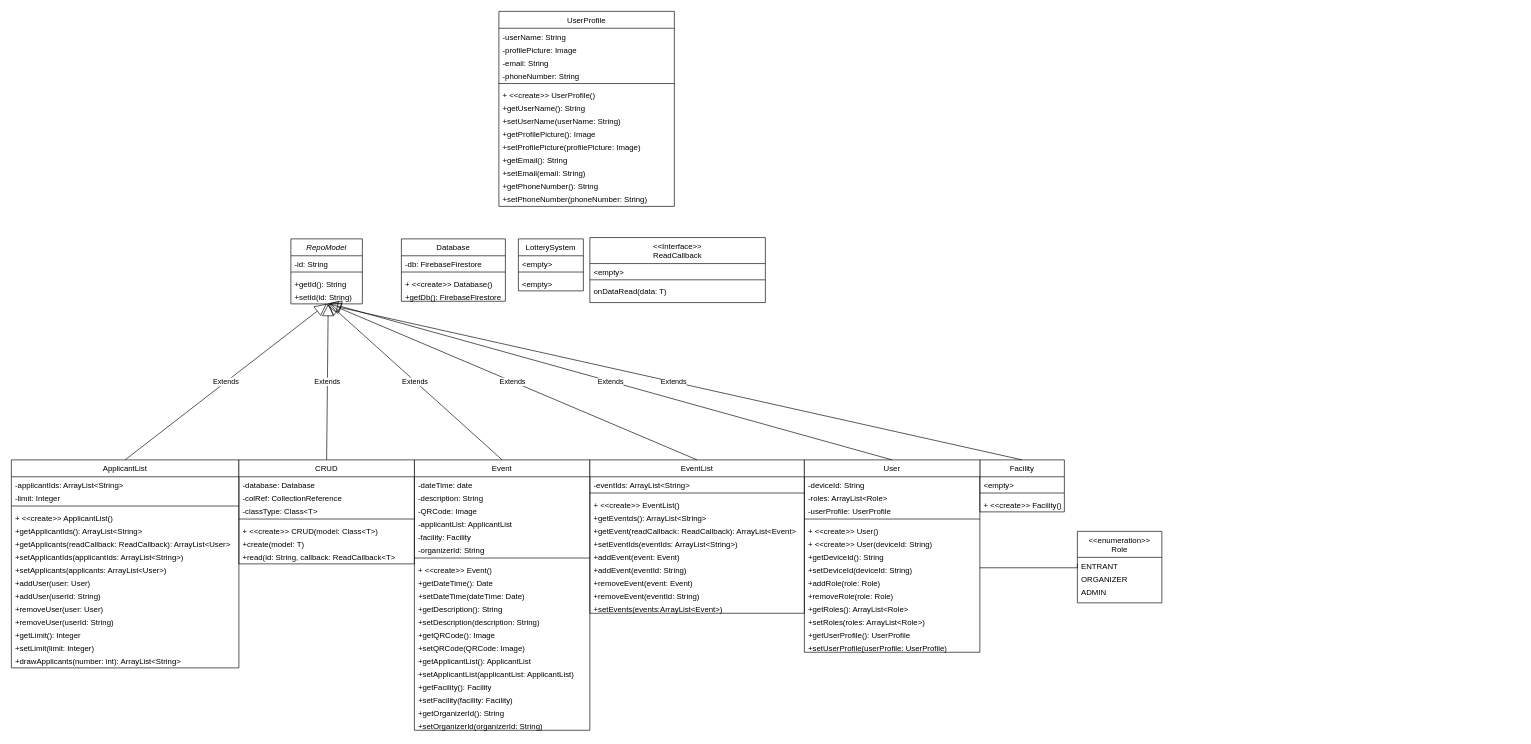
The draw.io diagram doc/Quacks-App-UML.drawio in The-Quacks/quacks-app, before the edit. Source tidied: cells renumbered, new cells numbered last; positions are measured from the earlier drawing's top-left corner, leaving out a move shared by most shapes. Both pictures are drawn from the tidied source at 65%, with x=0, y=0 at pixel (11, 11).
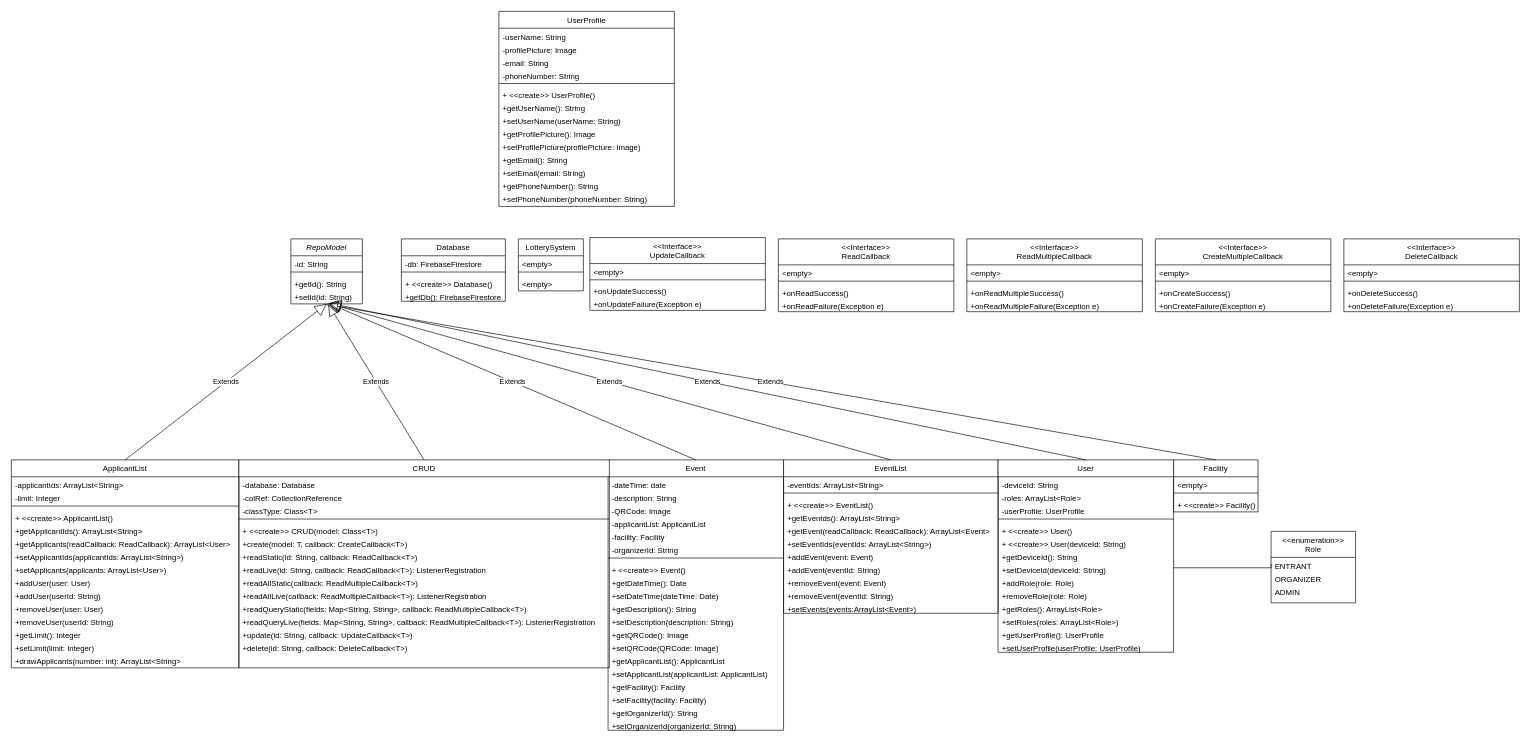
The same page after the edit.

Unchanged cells that the change refers to:
```xml
<mxCell id="82" value="ENTRANT" style="text;align=left;verticalAlign=top;spacingLeft=4;spacingRight=4;overflow=hidden;points=[[0,0.5],[1,0.5]];portConstraint=eastwest;rounded=0;shadow=0;html=0;" parent="81" vertex="1">
  <mxGeometry y="40" width="130" height="20" as="geometry" />
</mxCell>
<mxCell id="93" value="+setDeviceId(deviceId: String)" style="text;align=left;verticalAlign=top;spacingLeft=4;spacingRight=4;overflow=hidden;points=[[0,0.5],[1,0.5]];portConstraint=eastwest;rotation=0;" parent="85" vertex="1">
  <mxGeometry y="156" width="270" height="20" as="geometry" />
</mxCell>
```

The edit, as a diff of the source:
```diff
@@
     <mxCell id="2" value="Event" style="swimlane;fontStyle=0;align=center;verticalAlign=top;horizontal=1;startSize=26;rounded=0;shadow=0;strokeWidth=1;" parent="1" vertex="1">
-      <mxGeometry x="620" y="690" width="270" height="416" as="geometry" />
+      <mxGeometry x="918" y="690" width="270" height="416" as="geometry" />
     </mxCell>
@@
     <mxCell id="39" value="CRUD" style="swimlane;fontStyle=0;align=center;verticalAlign=top;horizontal=1;startSize=26;rounded=0;shadow=0;strokeWidth=1;" parent="1" vertex="1">
-      <mxGeometry x="350" y="690" width="270" height="160" as="geometry" />
+      <mxGeometry x="350" y="690" width="570" height="320" as="geometry" />
     </mxCell>
     <mxCell id="40" value="-database: Database" style="text;align=left;verticalAlign=top;spacingLeft=4;spacingRight=4;overflow=hidden;rotation=0;" parent="39" vertex="1">
-      <mxGeometry y="26" width="270" height="20" as="geometry" />
+      <mxGeometry y="26" width="570" height="20" as="geometry" />
     </mxCell>
     <mxCell id="41" value="-colRef: CollectionReference" style="text;align=left;verticalAlign=top;spacingLeft=4;spacingRight=4;overflow=hidden;rounded=0;shadow=0;html=0;" parent="39" vertex="1">
-      <mxGeometry y="46" width="270" height="20" as="geometry" />
+      <mxGeometry y="46" width="570" height="20" as="geometry" />
     </mxCell>
     <mxCell id="42" value="-classType: Class&lt;T&gt;" style="text;align=left;verticalAlign=top;spacingLeft=4;spacingRight=4;overflow=hidden;rounded=0;shadow=0;html=0;" parent="39" vertex="1">
-      <mxGeometry y="66" width="270" height="20" as="geometry" />
+      <mxGeometry y="66" width="570" height="20" as="geometry" />
     </mxCell>
     <mxCell id="43" style="line;html=1;strokeWidth=1;align=left;verticalAlign=middle;spacingTop=-1;spacingLeft=3;spacingRight=3;labelPosition=right;" parent="39" vertex="1">
-      <mxGeometry y="86" width="270" height="10" as="geometry" />
+      <mxGeometry y="86" width="570" height="10" as="geometry" />
     </mxCell>
     <mxCell id="44" value="+ &lt;&lt;create&gt;&gt; CRUD(model: Class&lt;T&gt;)" style="text;align=left;verticalAlign=top;spacingLeft=4;spacingRight=4;overflow=hidden;rotation=0;" parent="39" vertex="1">
-      <mxGeometry y="96" width="270" height="20" as="geometry" />
+      <mxGeometry y="96" width="570" height="20" as="geometry" />
     </mxCell>
-    <mxCell id="45" value="+create(model: T)" style="text;align=left;verticalAlign=top;spacingLeft=4;spacingRight=4;overflow=hidden;rotation=0;" parent="39" vertex="1">
-      <mxGeometry y="116" width="270" height="20" as="geometry" />
+    <mxCell id="45" value="+create(model: T, callback: CreateCallback&lt;T&gt;)" style="text;align=left;verticalAlign=top;spacingLeft=4;spacingRight=4;overflow=hidden;rotation=0;" parent="39" vertex="1">
+      <mxGeometry y="116" width="570" height="20" as="geometry" />
     </mxCell>
-    <mxCell id="46" value="+read(id: String, callback: ReadCallback&lt;T&gt;" style="text;align=left;verticalAlign=top;spacingLeft=4;spacingRight=4;overflow=hidden;rotation=0;" parent="39" vertex="1">
-      <mxGeometry y="136" width="270" height="20" as="geometry" />
+    <mxCell id="46" value="+readStatic(id: String, callback: ReadCallback&lt;T&gt;)" style="text;align=left;verticalAlign=top;spacingLeft=4;spacingRight=4;overflow=hidden;rotation=0;" parent="39" vertex="1">
+      <mxGeometry y="136" width="570" height="20" as="geometry" />
     </mxCell>
+    <mxCell id="122" value="+readLive(id: String, callback: ReadCallback&lt;T&gt;): ListenerRegistration " style="text;align=left;verticalAlign=top;spacingLeft=4;spacingRight=4;overflow=hidden;rotation=0;" parent="39" vertex="1">
+      <mxGeometry y="156" width="570" height="20" as="geometry" />
+    </mxCell>
+    <mxCell id="123" value="+readAllStatic(callback: ReadMultipleCallback&lt;T&gt;)" style="text;align=left;verticalAlign=top;spacingLeft=4;spacingRight=4;overflow=hidden;rotation=0;" parent="39" vertex="1">
+      <mxGeometry y="176" width="570" height="20" as="geometry" />
+    </mxCell>
+    <mxCell id="124" value="+readAllLive(callback: ReadMultipleCallback&lt;T&gt;): ListenerRegistration " style="text;align=left;verticalAlign=top;spacingLeft=4;spacingRight=4;overflow=hidden;rotation=0;" parent="39" vertex="1">
+      <mxGeometry y="196" width="570" height="20" as="geometry" />
+    </mxCell>
+    <mxCell id="125" value="+readQueryStatic(fields: Map&lt;String, String&gt;, callback: ReadMultipleCallback&lt;T&gt;)" style="text;align=left;verticalAlign=top;spacingLeft=4;spacingRight=4;overflow=hidden;rotation=0;" parent="39" vertex="1">
+      <mxGeometry y="216" width="570" height="20" as="geometry" />
+    </mxCell>
+    <mxCell id="126" value="+readQueryLive(fields: Map&lt;String, String&gt;, callback: ReadMultipleCallback&lt;T&gt;): ListenerRegistration " style="text;align=left;verticalAlign=top;spacingLeft=4;spacingRight=4;overflow=hidden;rotation=0;" parent="39" vertex="1">
+      <mxGeometry y="236" width="570" height="20" as="geometry" />
+    </mxCell>
+    <mxCell id="127" value="+update(id: String, callback: UpdateCallback&lt;T&gt;)" style="text;align=left;verticalAlign=top;spacingLeft=4;spacingRight=4;overflow=hidden;rotation=0;" parent="39" vertex="1">
+      <mxGeometry y="256" width="570" height="20" as="geometry" />
+    </mxCell>
+    <mxCell id="128" value="+delete(id: String, callback: DeleteCallback&lt;T&gt;)" style="text;align=left;verticalAlign=top;spacingLeft=4;spacingRight=4;overflow=hidden;rotation=0;" parent="39" vertex="1">
+      <mxGeometry y="276" width="570" height="20" as="geometry" />
+    </mxCell>
@@
     <mxCell id="52" value="EventList" style="swimlane;fontStyle=0;align=center;verticalAlign=top;horizontal=1;startSize=26;rounded=0;shadow=0;strokeWidth=1;" parent="1" vertex="1">
-      <mxGeometry x="890" y="690" width="330" height="236" as="geometry" />
+      <mxGeometry x="1188" y="690" width="330" height="236" as="geometry" />
     </mxCell>
@@
     <mxCell id="64" value="Facility" style="swimlane;fontStyle=0;align=center;verticalAlign=top;horizontal=1;startSize=26;rounded=0;shadow=0;strokeWidth=1;" parent="1" vertex="1">
-      <mxGeometry x="1490" y="690" width="130" height="80" as="geometry" />
+      <mxGeometry x="1788" y="690" width="130" height="80" as="geometry" />
     </mxCell>
@@
-    <mxCell id="72" value="&lt;&lt;Interface&gt;&gt;&#10;ReadCallback" style="swimlane;fontStyle=0;align=center;verticalAlign=top;horizontal=1;startSize=40;rounded=0;shadow=0;strokeWidth=1;" parent="1" vertex="1">
-      <mxGeometry x="890" y="348" width="270" height="100" as="geometry" />
+    <mxCell id="72" value="&lt;&lt;Interface&gt;&gt;&#10;UpdateCallback" style="swimlane;fontStyle=0;align=center;verticalAlign=top;horizontal=1;startSize=40;rounded=0;shadow=0;strokeWidth=1;" parent="1" vertex="1">
+      <mxGeometry x="890" y="348" width="270" height="112" as="geometry" />
     </mxCell>
@@
-    <mxCell id="75" value="onDataRead(data: T)" style="text;align=left;verticalAlign=top;spacingLeft=4;spacingRight=4;overflow=hidden;rotation=0;" parent="72" vertex="1">
+    <mxCell id="75" value="+onUpdateSuccess()" style="text;align=left;verticalAlign=top;spacingLeft=4;spacingRight=4;overflow=hidden;rotation=0;" parent="72" vertex="1">
       <mxGeometry y="70" width="270" height="20" as="geometry" />
     </mxCell>
+    <mxCell id="129" value="+onUpdateFailure(Exception e)" style="text;align=left;verticalAlign=top;spacingLeft=4;spacingRight=4;overflow=hidden;rotation=0;" parent="72" vertex="1">
+      <mxGeometry y="90" width="270" height="20" as="geometry" />
+    </mxCell>
@@
     <mxCell id="81" value="&lt;&lt;enumeration&gt;&gt;&#10;Role" style="swimlane;fontStyle=0;align=center;verticalAlign=top;horizontal=1;startSize=40;rounded=0;shadow=0;strokeWidth=1;" parent="1" vertex="1">
-      <mxGeometry x="1640" y="800" width="130" height="110" as="geometry" />
+      <mxGeometry x="1938" y="800" width="130" height="110" as="geometry" />
     </mxCell>
@@
     <mxCell id="85" value="User" style="swimlane;fontStyle=0;align=center;verticalAlign=top;horizontal=1;startSize=26;rounded=0;shadow=0;strokeWidth=1;" parent="1" vertex="1">
-      <mxGeometry x="1220" y="690" width="270" height="296" as="geometry" />
+      <mxGeometry x="1518" y="690" width="270" height="296" as="geometry" />
     </mxCell>
@@
     <mxCell id="121" style="endArrow=none;html=1;edgeStyle=orthogonalEdgeStyle;rounded=0;entryX=0;entryY=0.5;entryDx=0;entryDy=0;exitX=1;exitY=0.5;exitDx=0;exitDy=0;" parent="1" edge="1" source="93" target="82">
       <mxGeometry relative="1" as="geometry">
         <Array as="points">
-          <mxPoint x="1640" y="856" />
+          <mxPoint x="1938" y="856" />
         </Array>
       </mxGeometry>
     </mxCell>
+    <mxCell id="130" value="&lt;&lt;Interface&gt;&gt;&#10;ReadCallback" style="swimlane;fontStyle=0;align=center;verticalAlign=top;horizontal=1;startSize=40;rounded=0;shadow=0;strokeWidth=1;" parent="1" vertex="1">
+      <mxGeometry x="1180" y="350" width="270" height="112" as="geometry" />
+    </mxCell>
+    <mxCell id="131" value="&lt;empty&gt;" style="text;align=left;verticalAlign=top;spacingLeft=4;spacingRight=4;overflow=hidden;rounded=0;shadow=0;html=0;" parent="130" vertex="1">
+      <mxGeometry y="40" width="270" height="20" as="geometry" />
+    </mxCell>
+    <mxCell id="132" style="line;html=1;strokeWidth=1;align=left;verticalAlign=middle;spacingTop=-1;spacingLeft=3;spacingRight=3;labelPosition=right;" parent="130" vertex="1">
+      <mxGeometry y="60" width="270" height="10" as="geometry" />
+    </mxCell>
+    <mxCell id="133" value="+onReadSuccess()" style="text;align=left;verticalAlign=top;spacingLeft=4;spacingRight=4;overflow=hidden;rotation=0;" parent="130" vertex="1">
+      <mxGeometry y="70" width="270" height="20" as="geometry" />
+    </mxCell>
+    <mxCell id="134" value="+onReadFailure(Exception e)" style="text;align=left;verticalAlign=top;spacingLeft=4;spacingRight=4;overflow=hidden;rotation=0;" parent="130" vertex="1">
+      <mxGeometry y="90" width="270" height="20" as="geometry" />
+    </mxCell>
+    <mxCell id="135" value="&lt;&lt;Interface&gt;&gt;&#10;ReadMultipleCallback" style="swimlane;fontStyle=0;align=center;verticalAlign=top;horizontal=1;startSize=40;rounded=0;shadow=0;strokeWidth=1;" parent="1" vertex="1">
+      <mxGeometry x="1470" y="350" width="270" height="112" as="geometry" />
+    </mxCell>
+    <mxCell id="136" value="&lt;empty&gt;" style="text;align=left;verticalAlign=top;spacingLeft=4;spacingRight=4;overflow=hidden;rounded=0;shadow=0;html=0;" parent="135" vertex="1">
+      <mxGeometry y="40" width="270" height="20" as="geometry" />
+    </mxCell>
+    <mxCell id="137" style="line;html=1;strokeWidth=1;align=left;verticalAlign=middle;spacingTop=-1;spacingLeft=3;spacingRight=3;labelPosition=right;" parent="135" vertex="1">
+      <mxGeometry y="60" width="270" height="10" as="geometry" />
+    </mxCell>
+    <mxCell id="138" value="+onReadMultipleSuccess()" style="text;align=left;verticalAlign=top;spacingLeft=4;spacingRight=4;overflow=hidden;rotation=0;" parent="135" vertex="1">
+      <mxGeometry y="70" width="270" height="20" as="geometry" />
+    </mxCell>
+    <mxCell id="139" value="+onReadMultipleFailure(Exception e)" style="text;align=left;verticalAlign=top;spacingLeft=4;spacingRight=4;overflow=hidden;rotation=0;" parent="135" vertex="1">
+      <mxGeometry y="90" width="270" height="20" as="geometry" />
+    </mxCell>
+    <mxCell id="140" value="&lt;&lt;Interface&gt;&gt;&#10;CreateMultipleCallback" style="swimlane;fontStyle=0;align=center;verticalAlign=top;horizontal=1;startSize=40;rounded=0;shadow=0;strokeWidth=1;" parent="1" vertex="1">
+      <mxGeometry x="1760" y="350" width="270" height="112" as="geometry" />
+    </mxCell>
+    <mxCell id="141" value="&lt;empty&gt;" style="text;align=left;verticalAlign=top;spacingLeft=4;spacingRight=4;overflow=hidden;rounded=0;shadow=0;html=0;" parent="140" vertex="1">
+      <mxGeometry y="40" width="270" height="20" as="geometry" />
+    </mxCell>
+    <mxCell id="142" style="line;html=1;strokeWidth=1;align=left;verticalAlign=middle;spacingTop=-1;spacingLeft=3;spacingRight=3;labelPosition=right;" parent="140" vertex="1">
+      <mxGeometry y="60" width="270" height="10" as="geometry" />
+    </mxCell>
+    <mxCell id="143" value="+onCreateSuccess()" style="text;align=left;verticalAlign=top;spacingLeft=4;spacingRight=4;overflow=hidden;rotation=0;" parent="140" vertex="1">
+      <mxGeometry y="70" width="270" height="20" as="geometry" />
+    </mxCell>
+    <mxCell id="144" value="+onCreateFailure(Exception e)" style="text;align=left;verticalAlign=top;spacingLeft=4;spacingRight=4;overflow=hidden;rotation=0;" parent="140" vertex="1">
+      <mxGeometry y="90" width="270" height="20" as="geometry" />
+    </mxCell>
+    <mxCell id="145" value="&lt;&lt;Interface&gt;&gt;&#10;DeleteCallback" style="swimlane;fontStyle=0;align=center;verticalAlign=top;horizontal=1;startSize=40;rounded=0;shadow=0;strokeWidth=1;" parent="1" vertex="1">
+      <mxGeometry x="2050" y="350" width="270" height="112" as="geometry" />
+    </mxCell>
+    <mxCell id="146" value="&lt;empty&gt;" style="text;align=left;verticalAlign=top;spacingLeft=4;spacingRight=4;overflow=hidden;rounded=0;shadow=0;html=0;" parent="145" vertex="1">
+      <mxGeometry y="40" width="270" height="20" as="geometry" />
+    </mxCell>
+    <mxCell id="147" style="line;html=1;strokeWidth=1;align=left;verticalAlign=middle;spacingTop=-1;spacingLeft=3;spacingRight=3;labelPosition=right;" parent="145" vertex="1">
+      <mxGeometry y="60" width="270" height="10" as="geometry" />
+    </mxCell>
+    <mxCell id="148" value="+onDeleteSuccess()" style="text;align=left;verticalAlign=top;spacingLeft=4;spacingRight=4;overflow=hidden;rotation=0;" parent="145" vertex="1">
+      <mxGeometry y="70" width="270" height="20" as="geometry" />
+    </mxCell>
+    <mxCell id="149" value="+onDeleteFailure(Exception e)" style="text;align=left;verticalAlign=top;spacingLeft=4;spacingRight=4;overflow=hidden;rotation=0;" parent="145" vertex="1">
+      <mxGeometry y="90" width="270" height="20" as="geometry" />
+    </mxCell>
```
